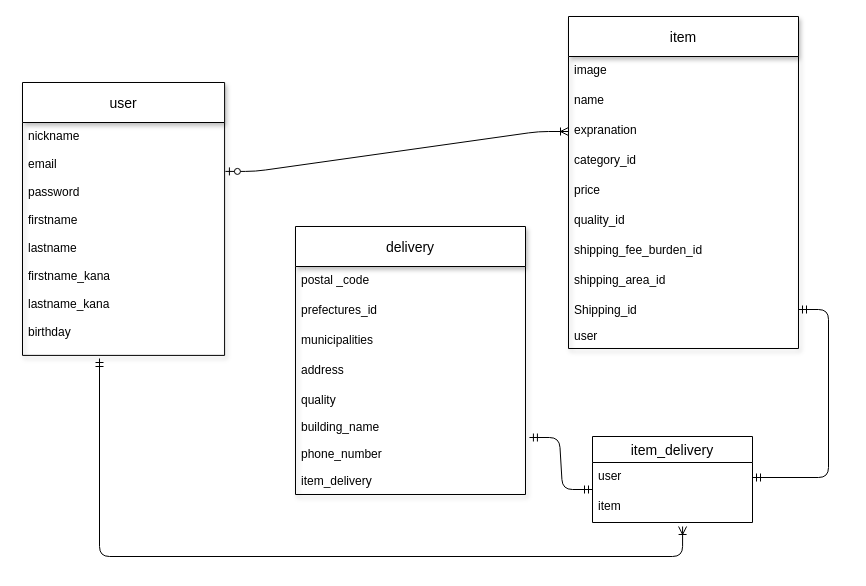
The draw.io diagram page "ページ1" (1 of 2) of hurimaEr.dio in banana38ruy/furima-32992, before the edit. Source tidied: cells renumbered, new cells numbered last; positions are measured from the earlier drawing's top-left corner, leaving out a move shared by most shapes. Both pictures are drawn from the tidied source at 100%, with x=0, y=0 at pixel (22, 16).
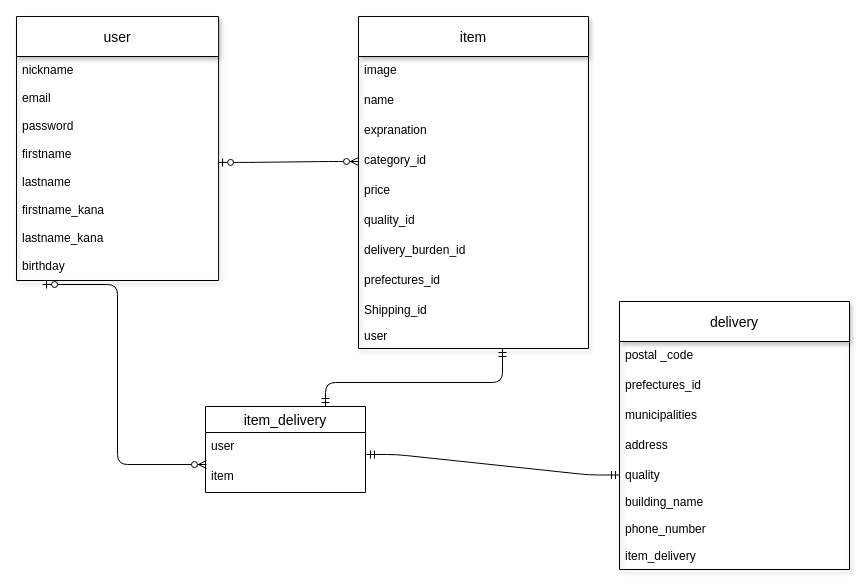
Above is the later version.

Commit message (it also covers changes not shown here):
配送費負担が長いので名称変更、ER図の修正

The change refers to these unchanged cells:
```xml
<mxCell id="5" value="expranation" style="text;strokeColor=none;fillColor=none;spacingLeft=4;spacingRight=4;overflow=hidden;points=[[0,0.5],[1,0.5]];portConstraint=eastwest;fontSize=12;" parent="2" vertex="1">
  <mxGeometry y="100" width="230" height="30" as="geometry" />
</mxCell>
<mxCell id="6" value="category_id" style="text;strokeColor=none;fillColor=none;spacingLeft=4;spacingRight=4;overflow=hidden;points=[[0,0.5],[1,0.5]];portConstraint=eastwest;fontSize=12;" parent="2" vertex="1">
  <mxGeometry y="130" width="230" height="30" as="geometry" />
</mxCell>
<mxCell id="11" value="Shipping_id" style="text;strokeColor=none;fillColor=none;spacingLeft=4;spacingRight=4;overflow=hidden;points=[[0,0.5],[1,0.5]];portConstraint=eastwest;fontSize=12;" parent="2" vertex="1">
  <mxGeometry y="280" width="230" height="26" as="geometry" />
</mxCell>
<mxCell id="12" value="user&#10;" style="text;strokeColor=none;fillColor=none;spacingLeft=4;spacingRight=4;overflow=hidden;points=[[0,0.5],[1,0.5]];portConstraint=eastwest;fontSize=12;" parent="2" vertex="1">
  <mxGeometry y="306" width="230" height="26" as="geometry" />
</mxCell>
<mxCell id="18" value="quality&#10;" style="text;strokeColor=none;fillColor=none;spacingLeft=4;spacingRight=4;overflow=hidden;points=[[0,0.5],[1,0.5]];portConstraint=eastwest;fontSize=12;" parent="13" vertex="1">
  <mxGeometry y="160" width="230" height="27" as="geometry" />
</mxCell>
<mxCell id="20" value="phone_number" style="text;strokeColor=none;fillColor=none;spacingLeft=4;spacingRight=4;overflow=hidden;points=[[0,0.5],[1,0.5]];portConstraint=eastwest;fontSize=12;" parent="13" vertex="1">
  <mxGeometry y="214" width="230" height="27" as="geometry" />
</mxCell>
<mxCell id="24" value="user" style="text;strokeColor=none;fillColor=none;spacingLeft=4;spacingRight=4;overflow=hidden;points=[[0,0.5],[1,0.5]];portConstraint=eastwest;fontSize=12;" parent="23" vertex="1">
  <mxGeometry y="26" width="160" height="30" as="geometry" />
</mxCell>
<mxCell id="25" value="item" style="text;strokeColor=none;fillColor=none;spacingLeft=4;spacingRight=4;overflow=hidden;points=[[0,0.5],[1,0.5]];portConstraint=eastwest;fontSize=12;" parent="23" vertex="1">
  <mxGeometry y="56" width="160" height="30" as="geometry" />
</mxCell>
<mxCell id="28" value="email" style="text;strokeColor=none;fillColor=none;spacingLeft=4;spacingRight=4;overflow=hidden;points=[[0,0.5],[1,0.5]];portConstraint=eastwest;fontSize=12;" parent="26" vertex="1">
  <mxGeometry y="67.9" width="202.1" height="27.9" as="geometry" />
</mxCell>
<mxCell id="30" value="firstname" style="text;strokeColor=none;fillColor=none;spacingLeft=4;spacingRight=4;overflow=hidden;points=[[0,0.5],[1,0.5]];portConstraint=eastwest;fontSize=12;" parent="26" vertex="1">
  <mxGeometry y="123.8" width="202.1" height="27.9" as="geometry" />
</mxCell>
```

Change to the diagram source:
```diff
@@
     <mxCell id="2" value="item" style="swimlane;fontStyle=0;horizontal=1;startSize=40;align=center;fontSize=14;shadow=1;verticalAlign=middle;" parent="1" vertex="1">
-      <mxGeometry x="546" width="230" height="332" as="geometry" />
+      <mxGeometry x="336" width="230" height="332" as="geometry" />
     </mxCell>
@@
-    <mxCell id="9" value="shipping_fee_burden_id&#10;" style="text;strokeColor=none;fillColor=none;spacingLeft=4;spacingRight=4;overflow=hidden;fontSize=12;" parent="2" vertex="1">
+    <mxCell id="9" value="delivery_burden_id&#10;" style="text;strokeColor=none;fillColor=none;spacingLeft=4;spacingRight=4;overflow=hidden;fontSize=12;" parent="2" vertex="1">
       <mxGeometry y="220" width="230" height="30" as="geometry" />
     </mxCell>
-    <mxCell id="10" value="shipping_area_id " style="text;strokeColor=none;fillColor=none;spacingLeft=4;spacingRight=4;overflow=hidden;fontSize=12;" parent="2" vertex="1">
+    <mxCell id="10" value="prefectures_id " style="text;strokeColor=none;fillColor=none;spacingLeft=4;spacingRight=4;overflow=hidden;fontSize=12;" parent="2" vertex="1">
       <mxGeometry y="250" width="230" height="30" as="geometry" />
     </mxCell>
@@
     <mxCell id="13" value="delivery" style="swimlane;fontStyle=0;horizontal=1;startSize=40;align=center;fontSize=14;shadow=1;verticalAlign=middle;" parent="1" vertex="1">
-      <mxGeometry x="273" y="210" width="230" height="268" as="geometry" />
+      <mxGeometry x="597" y="285" width="230" height="268" as="geometry" />
     </mxCell>
@@
-    <mxCell id="22" style="edgeStyle=entityRelationEdgeStyle;fontSize=12;html=1;endArrow=ERoneToMany;startArrow=ERzeroToOne;entryX=0;entryY=0.5;entryDx=0;entryDy=0;exitX=1.004;exitY=0.753;exitDx=0;exitDy=0;exitPerimeter=0;" parent="1" edge="1" source="28" target="5">
-      <mxGeometry relative="1" as="geometry" />
-    </mxCell>
     <mxCell id="23" value="item_delivery" style="swimlane;fontStyle=0;horizontal=1;startSize=26;align=center;fontSize=14;" parent="1" vertex="1">
-      <mxGeometry x="570" y="420" width="160" height="86" as="geometry" />
+      <mxGeometry x="183" y="390" width="160" height="86" as="geometry" />
     </mxCell>
@@
     <mxCell id="26" value="user" style="swimlane;fontStyle=0;horizontal=1;startSize=40;align=center;fontSize=14;shadow=1;verticalAlign=middle;" parent="1" vertex="1">
-      <mxGeometry y="66" width="202.1" height="272.9" as="geometry" />
+      <mxGeometry x="-6" width="202.1" height="264" as="geometry" />
     </mxCell>
@@
     <mxCell id="34" value="birthday" style="text;strokeColor=none;fillColor=none;spacingLeft=4;spacingRight=4;overflow=hidden;points=[[0,0.5],[1,0.5]];portConstraint=eastwest;fontSize=12;" parent="26" vertex="1">
-      <mxGeometry y="235.6" width="202.1" height="37.3" as="geometry" />
+      <mxGeometry y="235.6" width="202.1" height="28.4" as="geometry" />
     </mxCell>
-    <mxCell id="35" style="edgeStyle=entityRelationEdgeStyle;fontSize=12;html=1;endArrow=ERmandOne;startArrow=ERmandOne;exitX=1;exitY=0.5;exitDx=0;exitDy=0;" parent="1" edge="1" source="24" target="11">
-      <mxGeometry relative="1" as="geometry" />
-    </mxCell>
-    <mxCell id="36" style="edgeStyle=entityRelationEdgeStyle;fontSize=12;html=1;endArrow=ERmandOne;startArrow=ERmandOne;exitX=1.017;exitY=-0.111;exitDx=0;exitDy=0;exitPerimeter=0;entryX=0;entryY=-0.1;entryDx=0;entryDy=0;entryPerimeter=0;" parent="1" edge="1" source="20" target="25">
-      <mxGeometry relative="1" as="geometry" />
-    </mxCell>
-    <mxCell id="37" style="edgeStyle=elbowEdgeStyle;fontSize=12;html=1;endArrow=ERoneToMany;startArrow=ERmandOne;exitX=0.381;exitY=1.083;exitDx=0;exitDy=0;exitPerimeter=0;entryX=0.563;entryY=1.133;entryDx=0;entryDy=0;entryPerimeter=0;" parent="1" edge="1" source="34" target="25">
+    <mxCell id="37" style="edgeStyle=elbowEdgeStyle;fontSize=12;html=1;endArrow=ERzeroToMany;startArrow=ERzeroToOne;entryX=0.006;entryY=0.067;entryDx=0;entryDy=0;entryPerimeter=0;exitX=0.129;exitY=1.141;exitDx=0;exitDy=0;exitPerimeter=0;" parent="1" edge="1" source="34" target="25">
       <mxGeometry relative="1" as="geometry">
         <Array as="points">
-          <mxPoint x="570" y="540" />
-          <mxPoint x="210" y="546" />
+          <mxPoint x="95" y="363" />
+          <mxPoint x="18" y="390" />
+          <mxPoint x="18" y="387" />
         </Array>
       </mxGeometry>
     </mxCell>
+    <mxCell id="38" style="edgeStyle=entityRelationEdgeStyle;fontSize=12;html=1;endArrow=ERzeroToMany;startArrow=ERzeroToOne;entryX=0;entryY=0.5;entryDx=0;entryDy=0;exitX=1;exitY=0.793;exitDx=0;exitDy=0;exitPerimeter=0;" parent="1" edge="1" source="30" target="6">
+      <mxGeometry relative="1" as="geometry" />
+    </mxCell>
+    <mxCell id="39" style="edgeStyle=elbowEdgeStyle;fontSize=12;html=1;endArrow=ERmandOne;startArrow=ERmandOne;elbow=vertical;exitX=0.626;exitY=1;exitDx=0;exitDy=0;exitPerimeter=0;entryX=0.75;entryY=0;entryDx=0;entryDy=0;entryPerimeter=0;" parent="1" edge="1" source="12" target="23">
+      <mxGeometry relative="1" as="geometry">
+        <Array as="points">
+          <mxPoint x="420" y="366" />
+          <mxPoint x="357" y="456" />
+        </Array>
+      </mxGeometry>
+    </mxCell>
+    <mxCell id="40" style="edgeStyle=entityRelationEdgeStyle;fontSize=12;html=1;endArrow=ERmandOne;startArrow=ERmandOne;exitX=1.006;exitY=0.733;exitDx=0;exitDy=0;exitPerimeter=0;entryX=0;entryY=0.5;entryDx=0;entryDy=0;" parent="1" edge="1" source="24" target="18">
+      <mxGeometry relative="1" as="geometry" />
+    </mxCell>
```
